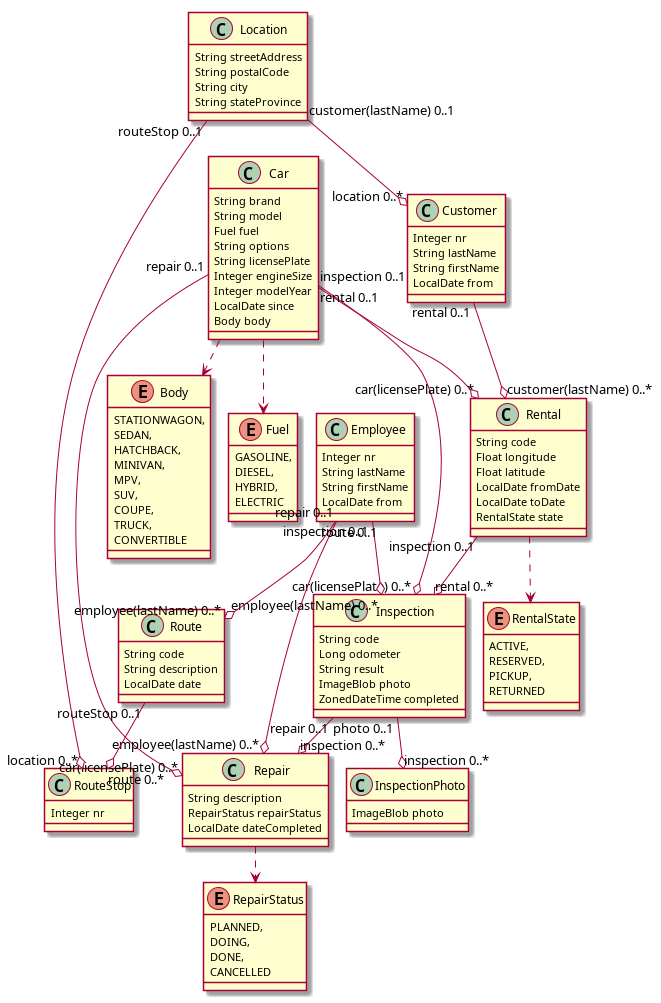
leonbos1/mad-backend keeps this PlantUML diagram as model.png. Above is the earlier version.
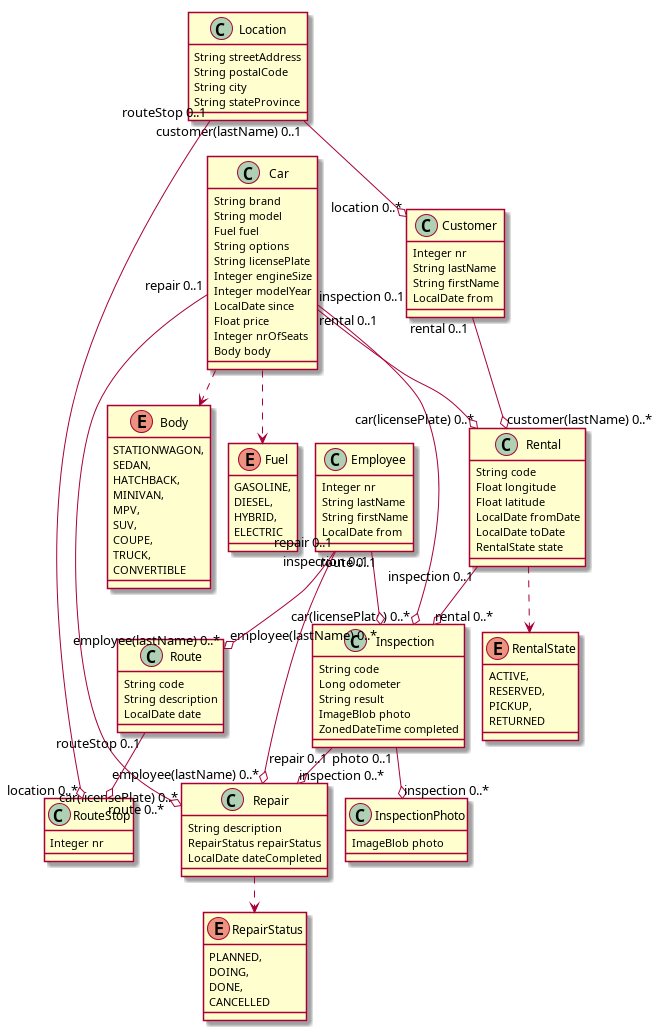
The same file after the commit.

Commit message:
adds price and nrOfSeats to Car

The edit, as a diff of the source:
```diff
@@ -10,6 +10,8 @@
 		Integer engineSize
 		Integer modelYear
 		LocalDate since
+		Float price
+		Integer nrOfSeats
 		Body body
 	}
 	Car ..> Fuel
```
